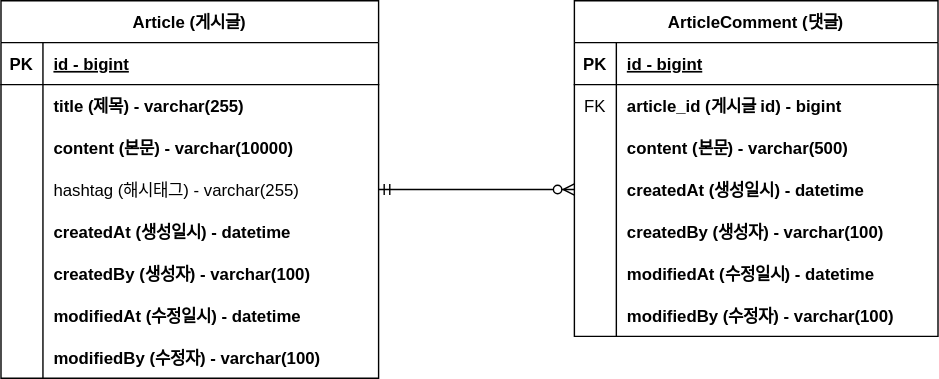
This is document/project-board-erd.svg from dongeranguk/fastcampus-project-board, a draw.io export, as it was before one commit. Source tidied: cells renumbered, new cells last; positions are measured from the earlier drawing's top-left corner, leaving out a move shared by most shapes.
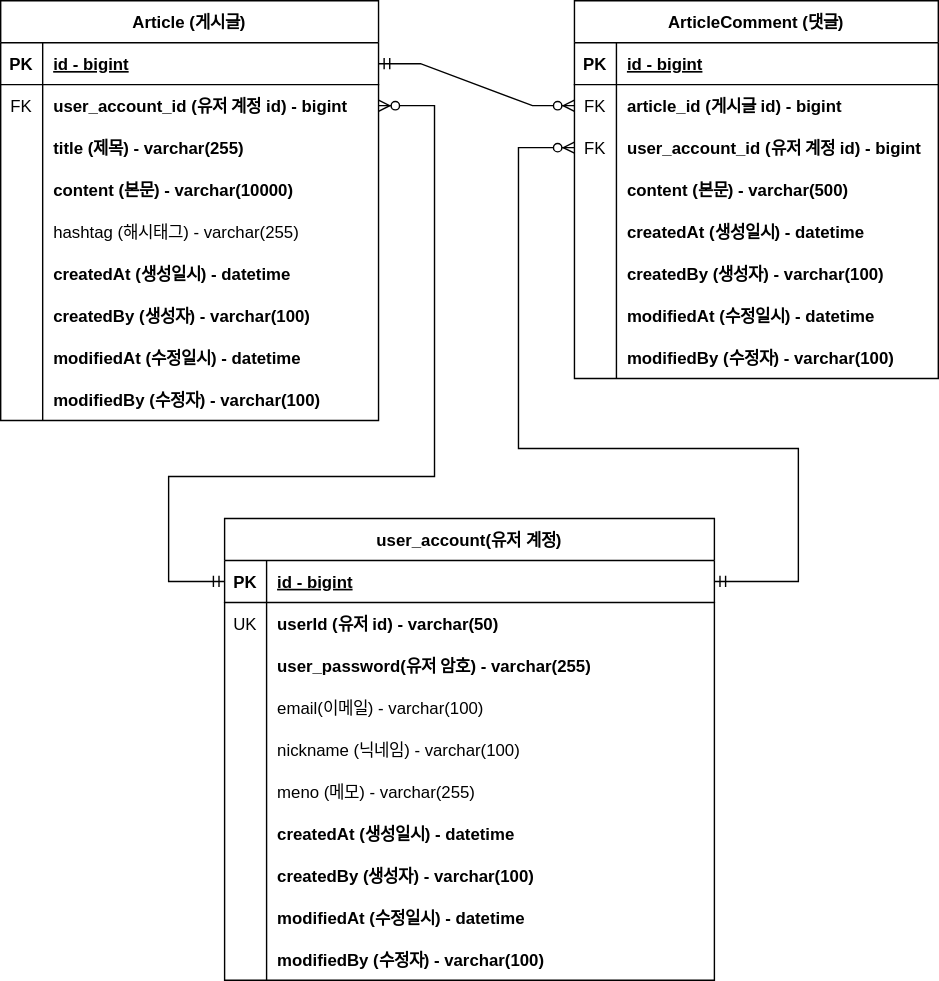
The same diagram one commit later.

Commit message:
#17-user_account_domain : use-case 업데이트

The edit, as a diff of the source:
```diff
@@ -3,7 +3,7 @@
     <mxCell id="0" />
     <mxCell id="1" parent="0" />
     <mxCell id="2" value="Article (게시글)" style="shape=table;startSize=30;rowLines=0;fontStyle=1;align=center;" parent="1" vertex="1">
-      <mxGeometry width="270" height="270" as="geometry" />
+      <mxGeometry width="270" height="300" as="geometry" />
     </mxCell>
     <mxCell id="3" style="shape=tableRow;horizontal=0;startSize=0;swimlaneHead=0;swimlaneBody=0;fillColor=none;points=[[0,0.5],[1,0.5]];portConstraint=eastwest;top=0;left=0;right=0;bottom=1;" parent="2" vertex="1">
       <mxGeometry y="30" width="270" height="30" as="geometry" />
@@ -17,14 +17,23 @@
     <mxCell id="6" style="shape=tableRow;horizontal=0;startSize=0;swimlaneHead=0;swimlaneBody=0;fillColor=none;points=[[0,0.5],[1,0.5]];portConstraint=eastwest;top=0;left=0;right=0;bottom=0;" parent="2" vertex="1">
       <mxGeometry y="60" width="270" height="30" as="geometry" />
     </mxCell>
-    <mxCell id="7" style="shape=partialRectangle;fillColor=none;top=0;left=0;bottom=0;right=0;overflow=hidden;" parent="6" vertex="1">
+    <mxCell id="7" value="FK" style="shape=partialRectangle;fillColor=none;top=0;left=0;bottom=0;right=0;overflow=hidden;" parent="6" vertex="1">
       <mxGeometry width="30" height="30" as="geometry" />
     </mxCell>
-    <mxCell id="8" value="title (제목) - varchar(255)" style="shape=partialRectangle;fillColor=none;top=0;left=0;bottom=0;right=0;align=left;spacingLeft=6;overflow=hidden;fontStyle=1;" parent="6" vertex="1">
+    <mxCell id="8" value="user_account_id (유저 계정 id) - bigint" style="shape=partialRectangle;fillColor=none;top=0;left=0;bottom=0;right=0;align=left;spacingLeft=6;overflow=hidden;fontStyle=1;" parent="6" vertex="1">
       <mxGeometry x="30" width="240" height="30" as="geometry" />
     </mxCell>
+    <mxCell id="50" style="shape=tableRow;horizontal=0;startSize=0;swimlaneHead=0;swimlaneBody=0;fillColor=none;top=0;left=0;right=0;bottom=0;" parent="2" vertex="1">
+      <mxGeometry y="90" width="270" height="30" as="geometry" />
+    </mxCell>
+    <mxCell id="51" style="shape=partialRectangle;fillColor=none;top=0;left=0;bottom=0;right=0;overflow=hidden;" parent="50" vertex="1">
+      <mxGeometry width="30" height="30" as="geometry" />
+    </mxCell>
+    <mxCell id="52" value="title (제목) - varchar(255)" style="shape=partialRectangle;fillColor=none;top=0;left=0;bottom=0;right=0;align=left;spacingLeft=6;overflow=hidden;fontStyle=1;" parent="50" vertex="1">
+      <mxGeometry x="30" width="240" height="30" as="geometry" />
+    </mxCell>
     <mxCell id="9" style="shape=tableRow;horizontal=0;startSize=0;swimlaneHead=0;swimlaneBody=0;fillColor=none;top=0;left=0;right=0;bottom=0;" parent="2" vertex="1">
-      <mxGeometry y="90" width="270" height="30" as="geometry" />
+      <mxGeometry y="120" width="270" height="30" as="geometry" />
     </mxCell>
     <mxCell id="10" style="shape=partialRectangle;fillColor=none;top=0;left=0;bottom=0;right=0;overflow=hidden;" parent="9" vertex="1">
       <mxGeometry width="30" height="30" as="geometry" />
@@ -33,7 +42,7 @@
       <mxGeometry x="30" width="240" height="30" as="geometry" />
     </mxCell>
     <mxCell id="12" style="shape=tableRow;horizontal=0;startSize=0;swimlaneHead=0;swimlaneBody=0;fillColor=none;points=[[0,0.5],[1,0.5]];portConstraint=eastwest;top=0;left=0;right=0;bottom=0;" parent="2" vertex="1">
-      <mxGeometry y="120" width="270" height="30" as="geometry" />
+      <mxGeometry y="150" width="270" height="30" as="geometry" />
     </mxCell>
     <mxCell id="13" style="shape=partialRectangle;fillColor=none;top=0;left=0;bottom=0;right=0;overflow=hidden;" parent="12" vertex="1">
       <mxGeometry width="30" height="30" as="geometry" />
@@ -42,7 +51,7 @@
       <mxGeometry x="30" width="240" height="30" as="geometry" />
     </mxCell>
     <mxCell id="15" style="shape=tableRow;horizontal=0;startSize=0;swimlaneHead=0;swimlaneBody=0;fillColor=none;top=0;left=0;right=0;bottom=0;" parent="2" vertex="1">
-      <mxGeometry y="150" width="270" height="30" as="geometry" />
+      <mxGeometry y="180" width="270" height="30" as="geometry" />
     </mxCell>
     <mxCell id="16" style="shape=partialRectangle;fillColor=none;top=0;left=0;bottom=0;right=0;overflow=hidden;" parent="15" vertex="1">
       <mxGeometry width="30" height="30" as="geometry" />
@@ -51,7 +60,7 @@
       <mxGeometry x="30" width="240" height="30" as="geometry" />
     </mxCell>
     <mxCell id="18" style="shape=tableRow;horizontal=0;startSize=0;swimlaneHead=0;swimlaneBody=0;fillColor=none;top=0;left=0;right=0;bottom=0;" parent="2" vertex="1">
-      <mxGeometry y="180" width="270" height="30" as="geometry" />
+      <mxGeometry y="210" width="270" height="30" as="geometry" />
     </mxCell>
     <mxCell id="19" style="shape=partialRectangle;fillColor=none;top=0;left=0;bottom=0;right=0;overflow=hidden;" parent="18" vertex="1">
       <mxGeometry width="30" height="30" as="geometry" />
@@ -60,7 +69,7 @@
       <mxGeometry x="30" width="240" height="30" as="geometry" />
     </mxCell>
     <mxCell id="21" style="shape=tableRow;horizontal=0;startSize=0;swimlaneHead=0;swimlaneBody=0;fillColor=none;top=0;left=0;right=0;bottom=0;" parent="2" vertex="1">
-      <mxGeometry y="210" width="270" height="30" as="geometry" />
+      <mxGeometry y="240" width="270" height="30" as="geometry" />
     </mxCell>
     <mxCell id="22" style="shape=partialRectangle;fillColor=none;top=0;left=0;bottom=0;right=0;overflow=hidden;" parent="21" vertex="1">
       <mxGeometry width="30" height="30" as="geometry" />
@@ -69,7 +78,7 @@
       <mxGeometry x="30" width="240" height="30" as="geometry" />
     </mxCell>
     <mxCell id="24" style="shape=tableRow;horizontal=0;startSize=0;swimlaneHead=0;swimlaneBody=0;fillColor=none;top=0;left=0;right=0;bottom=0;" parent="2" vertex="1">
-      <mxGeometry y="240" width="270" height="30" as="geometry" />
+      <mxGeometry y="270" width="270" height="30" as="geometry" />
     </mxCell>
     <mxCell id="25" style="shape=partialRectangle;fillColor=none;top=0;left=0;bottom=0;right=0;overflow=hidden;" parent="24" vertex="1">
       <mxGeometry width="30" height="30" as="geometry" />
@@ -78,7 +87,7 @@
       <mxGeometry x="30" width="240" height="30" as="geometry" />
     </mxCell>
     <mxCell id="27" value="ArticleComment (댓글)" style="shape=table;startSize=30;rowLines=0;fontStyle=1;align=center;" parent="1" vertex="1">
-      <mxGeometry x="410" width="260" height="240" as="geometry" />
+      <mxGeometry x="410" width="260" height="270" as="geometry" />
     </mxCell>
     <mxCell id="28" style="shape=tableRow;horizontal=0;startSize=0;swimlaneHead=0;swimlaneBody=0;fillColor=none;top=0;left=0;right=0;bottom=1;" parent="27" vertex="1">
       <mxGeometry y="30" width="260" height="30" as="geometry" />
@@ -98,8 +107,17 @@
     <mxCell id="33" value="article_id (게시글 id) - bigint" style="shape=partialRectangle;fillColor=none;top=0;left=0;bottom=0;right=0;align=left;spacingLeft=6;overflow=hidden;fontStyle=1;" parent="31" vertex="1">
       <mxGeometry x="30" width="230" height="30" as="geometry" />
     </mxCell>
+    <mxCell id="53" style="shape=tableRow;horizontal=0;startSize=0;swimlaneHead=0;swimlaneBody=0;fillColor=none;points=[[0,0.5],[1,0.5]];portConstraint=eastwest;top=0;left=0;right=0;bottom=0;" parent="27" vertex="1">
+      <mxGeometry y="90" width="260" height="30" as="geometry" />
+    </mxCell>
+    <mxCell id="54" value="FK" style="shape=partialRectangle;fillColor=none;top=0;left=0;bottom=0;right=0;overflow=hidden;" parent="53" vertex="1">
+      <mxGeometry width="30" height="30" as="geometry" />
+    </mxCell>
+    <mxCell id="55" value="user_account_id (유저 계정 id) - bigint" style="shape=partialRectangle;fillColor=none;top=0;left=0;bottom=0;right=0;align=left;spacingLeft=6;overflow=hidden;fontStyle=1;" parent="53" vertex="1">
+      <mxGeometry x="30" width="230" height="30" as="geometry" />
+    </mxCell>
     <mxCell id="34" style="shape=tableRow;horizontal=0;startSize=0;swimlaneHead=0;swimlaneBody=0;fillColor=none;top=0;left=0;right=0;bottom=0;" parent="27" vertex="1">
-      <mxGeometry y="90" width="260" height="30" as="geometry" />
+      <mxGeometry y="120" width="260" height="30" as="geometry" />
     </mxCell>
     <mxCell id="35" style="shape=partialRectangle;fillColor=none;top=0;left=0;bottom=0;right=0;overflow=hidden;" parent="34" vertex="1">
       <mxGeometry width="30" height="30" as="geometry" />
@@ -108,7 +126,7 @@
       <mxGeometry x="30" width="230" height="30" as="geometry" />
     </mxCell>
     <mxCell id="37" style="shape=tableRow;horizontal=0;startSize=0;swimlaneHead=0;swimlaneBody=0;fillColor=none;points=[[0,0.5],[1,0.5]];portConstraint=eastwest;top=0;left=0;right=0;bottom=0;" parent="27" vertex="1">
-      <mxGeometry y="120" width="260" height="30" as="geometry" />
+      <mxGeometry y="150" width="260" height="30" as="geometry" />
     </mxCell>
     <mxCell id="38" style="shape=partialRectangle;fillColor=none;top=0;left=0;bottom=0;right=0;overflow=hidden;" parent="37" vertex="1">
       <mxGeometry width="30" height="30" as="geometry" />
@@ -117,7 +135,7 @@
       <mxGeometry x="30" width="230" height="30" as="geometry" />
     </mxCell>
     <mxCell id="40" style="shape=tableRow;horizontal=0;startSize=0;swimlaneHead=0;swimlaneBody=0;fillColor=none;top=0;left=0;right=0;bottom=0;" parent="27" vertex="1">
-      <mxGeometry y="150" width="260" height="30" as="geometry" />
+      <mxGeometry y="180" width="260" height="30" as="geometry" />
     </mxCell>
     <mxCell id="41" style="shape=partialRectangle;fillColor=none;top=0;left=0;bottom=0;right=0;overflow=hidden;" parent="40" vertex="1">
       <mxGeometry width="30" height="30" as="geometry" />
@@ -126,7 +144,7 @@
       <mxGeometry x="30" width="230" height="30" as="geometry" />
     </mxCell>
     <mxCell id="43" style="shape=tableRow;horizontal=0;startSize=0;swimlaneHead=0;swimlaneBody=0;fillColor=none;top=0;left=0;right=0;bottom=0;" parent="27" vertex="1">
-      <mxGeometry y="180" width="260" height="30" as="geometry" />
+      <mxGeometry y="210" width="260" height="30" as="geometry" />
     </mxCell>
     <mxCell id="44" style="shape=partialRectangle;fillColor=none;top=0;left=0;bottom=0;right=0;overflow=hidden;" parent="43" vertex="1">
       <mxGeometry width="30" height="30" as="geometry" />
@@ -135,7 +153,7 @@
       <mxGeometry x="30" width="230" height="30" as="geometry" />
     </mxCell>
     <mxCell id="46" style="shape=tableRow;horizontal=0;startSize=0;swimlaneHead=0;swimlaneBody=0;fillColor=none;top=0;left=0;right=0;bottom=0;" parent="27" vertex="1">
-      <mxGeometry y="210" width="260" height="30" as="geometry" />
+      <mxGeometry y="240" width="260" height="30" as="geometry" />
     </mxCell>
     <mxCell id="47" style="shape=partialRectangle;fillColor=none;top=0;left=0;bottom=0;right=0;overflow=hidden;" parent="46" vertex="1">
       <mxGeometry width="30" height="30" as="geometry" />
@@ -143,8 +161,121 @@
     <mxCell id="48" value="modifiedBy (수정자) - varchar(100)" style="shape=partialRectangle;fillColor=none;top=0;left=0;bottom=0;right=0;align=left;spacingLeft=6;overflow=hidden;fontStyle=1;" parent="46" vertex="1">
       <mxGeometry x="30" width="230" height="30" as="geometry" />
     </mxCell>
-    <mxCell id="49" style="edgeStyle=entityRelationEdgeStyle;fontSize=12;html=1;endArrow=ERzeroToMany;startArrow=ERmandOne;rounded=0;exitX=1;exitY=0.5;exitDx=0;exitDy=0;entryX=0;entryY=0.5;entryDx=0;entryDy=0;" parent="1" edge="1" source="12" target="37">
+    <mxCell id="49" style="edgeStyle=entityRelationEdgeStyle;fontSize=12;html=1;endArrow=ERzeroToMany;startArrow=ERmandOne;rounded=0;exitX=1;exitY=0.5;exitDx=0;exitDy=0;entryX=0;entryY=0.5;entryDx=0;entryDy=0;" parent="1" edge="1" source="3" target="31">
       <mxGeometry relative="1" as="geometry" />
     </mxCell>
+    <mxCell id="56" value="user_account(유저 계정)" style="shape=table;startSize=30;rowLines=0;fontStyle=1;align=center;" parent="1" vertex="1">
+      <mxGeometry x="160" y="370" width="350" height="330" as="geometry" />
+    </mxCell>
+    <mxCell id="57" style="shape=tableRow;horizontal=0;startSize=0;swimlaneHead=0;swimlaneBody=0;fillColor=none;points=[[0,0.5],[1,0.5]];portConstraint=eastwest;top=0;left=0;right=0;bottom=1;" parent="56" vertex="1">
+      <mxGeometry y="30" width="350" height="30" as="geometry" />
+    </mxCell>
+    <mxCell id="58" value="PK" style="shape=partialRectangle;fillColor=none;top=0;left=0;bottom=0;right=0;fontStyle=1;overflow=hidden;" parent="57" vertex="1">
+      <mxGeometry width="30" height="30" as="geometry" />
+    </mxCell>
+    <mxCell id="59" value="id - bigint" style="shape=partialRectangle;fillColor=none;top=0;left=0;bottom=0;right=0;align=left;spacingLeft=6;fontStyle=5;overflow=hidden;" parent="57" vertex="1">
+      <mxGeometry x="30" width="320" height="30" as="geometry" />
+    </mxCell>
+    <mxCell id="60" style="shape=tableRow;horizontal=0;startSize=0;swimlaneHead=0;swimlaneBody=0;fillColor=none;top=0;left=0;right=0;bottom=0;" parent="56" vertex="1">
+      <mxGeometry y="60" width="350" height="30" as="geometry" />
+    </mxCell>
+    <mxCell id="61" value="UK" style="shape=partialRectangle;fillColor=none;top=0;left=0;bottom=0;right=0;overflow=hidden;" parent="60" vertex="1">
+      <mxGeometry width="30" height="30" as="geometry" />
+    </mxCell>
+    <mxCell id="62" value="userId (유저 id) - varchar(50)" style="shape=partialRectangle;fillColor=none;top=0;left=0;bottom=0;right=0;align=left;spacingLeft=6;overflow=hidden;fontStyle=1;" parent="60" vertex="1">
+      <mxGeometry x="30" width="320" height="30" as="geometry" />
+    </mxCell>
+    <mxCell id="63" style="shape=tableRow;horizontal=0;startSize=0;swimlaneHead=0;swimlaneBody=0;fillColor=none;top=0;left=0;right=0;bottom=0;" parent="56" vertex="1">
+      <mxGeometry y="90" width="350" height="30" as="geometry" />
+    </mxCell>
+    <mxCell id="64" style="shape=partialRectangle;fillColor=none;top=0;left=0;bottom=0;right=0;overflow=hidden;" parent="63" vertex="1">
+      <mxGeometry width="30" height="30" as="geometry" />
+    </mxCell>
+    <mxCell id="65" value="user_password(유저 암호) - varchar(255)" style="shape=partialRectangle;fillColor=none;top=0;left=0;bottom=0;right=0;align=left;spacingLeft=6;overflow=hidden;fontStyle=1;" parent="63" vertex="1">
+      <mxGeometry x="30" width="320" height="30" as="geometry" />
+    </mxCell>
+    <mxCell id="66" style="shape=tableRow;horizontal=0;startSize=0;swimlaneHead=0;swimlaneBody=0;fillColor=none;top=0;left=0;right=0;bottom=0;" parent="56" vertex="1">
+      <mxGeometry y="120" width="350" height="30" as="geometry" />
+    </mxCell>
+    <mxCell id="67" style="shape=partialRectangle;fillColor=none;top=0;left=0;bottom=0;right=0;overflow=hidden;" parent="66" vertex="1">
+      <mxGeometry width="30" height="30" as="geometry" />
+    </mxCell>
+    <mxCell id="68" value="email(이메일) - varchar(100)" style="shape=partialRectangle;fillColor=none;top=0;left=0;bottom=0;right=0;align=left;spacingLeft=6;overflow=hidden;fontStyle=0;" parent="66" vertex="1">
+      <mxGeometry x="30" width="320" height="30" as="geometry" />
+    </mxCell>
+    <mxCell id="69" style="shape=tableRow;horizontal=0;startSize=0;swimlaneHead=0;swimlaneBody=0;fillColor=none;top=0;left=0;right=0;bottom=0;" parent="56" vertex="1">
+      <mxGeometry y="150" width="350" height="30" as="geometry" />
+    </mxCell>
+    <mxCell id="70" style="shape=partialRectangle;fillColor=none;top=0;left=0;bottom=0;right=0;overflow=hidden;" parent="69" vertex="1">
+      <mxGeometry width="30" height="30" as="geometry" />
+    </mxCell>
+    <mxCell id="71" value="nickname (닉네임) - varchar(100)" style="shape=partialRectangle;fillColor=none;top=0;left=0;bottom=0;right=0;align=left;spacingLeft=6;overflow=hidden;fontStyle=0;" parent="69" vertex="1">
+      <mxGeometry x="30" width="320" height="30" as="geometry" />
+    </mxCell>
+    <mxCell id="72" style="shape=tableRow;horizontal=0;startSize=0;swimlaneHead=0;swimlaneBody=0;fillColor=none;top=0;left=0;right=0;bottom=0;" parent="56" vertex="1">
+      <mxGeometry y="180" width="350" height="30" as="geometry" />
+    </mxCell>
+    <mxCell id="73" style="shape=partialRectangle;fillColor=none;top=0;left=0;bottom=0;right=0;overflow=hidden;" parent="72" vertex="1">
+      <mxGeometry width="30" height="30" as="geometry" />
+    </mxCell>
+    <mxCell id="74" value="meno (메모) - varchar(255)" style="shape=partialRectangle;fillColor=none;top=0;left=0;bottom=0;right=0;align=left;spacingLeft=6;overflow=hidden;fontStyle=0;" parent="72" vertex="1">
+      <mxGeometry x="30" width="320" height="30" as="geometry" />
+    </mxCell>
+    <mxCell id="75" style="shape=tableRow;horizontal=0;startSize=0;swimlaneHead=0;swimlaneBody=0;fillColor=none;top=0;left=0;right=0;bottom=0;" parent="56" vertex="1">
+      <mxGeometry y="210" width="350" height="30" as="geometry" />
+    </mxCell>
+    <mxCell id="76" style="shape=partialRectangle;fillColor=none;top=0;left=0;bottom=0;right=0;overflow=hidden;" parent="75" vertex="1">
+      <mxGeometry width="30" height="30" as="geometry" />
+    </mxCell>
+    <mxCell id="77" value="createdAt (생성일시) - datetime" style="shape=partialRectangle;fillColor=none;top=0;left=0;bottom=0;right=0;align=left;spacingLeft=6;overflow=hidden;fontStyle=1;" parent="75" vertex="1">
+      <mxGeometry x="30" width="320" height="30" as="geometry" />
+    </mxCell>
+    <mxCell id="78" style="shape=tableRow;horizontal=0;startSize=0;swimlaneHead=0;swimlaneBody=0;fillColor=none;top=0;left=0;right=0;bottom=0;" parent="56" vertex="1">
+      <mxGeometry y="240" width="350" height="30" as="geometry" />
+    </mxCell>
+    <mxCell id="79" style="shape=partialRectangle;fillColor=none;top=0;left=0;bottom=0;right=0;overflow=hidden;" parent="78" vertex="1">
+      <mxGeometry width="30" height="30" as="geometry" />
+    </mxCell>
+    <mxCell id="80" value="createdBy (생성자) - varchar(100)" style="shape=partialRectangle;fillColor=none;top=0;left=0;bottom=0;right=0;align=left;spacingLeft=6;overflow=hidden;fontStyle=1;" parent="78" vertex="1">
+      <mxGeometry x="30" width="320" height="30" as="geometry" />
+    </mxCell>
+    <mxCell id="81" style="shape=tableRow;horizontal=0;startSize=0;swimlaneHead=0;swimlaneBody=0;fillColor=none;top=0;left=0;right=0;bottom=0;" parent="56" vertex="1">
+      <mxGeometry y="270" width="350" height="30" as="geometry" />
+    </mxCell>
+    <mxCell id="82" style="shape=partialRectangle;fillColor=none;top=0;left=0;bottom=0;right=0;overflow=hidden;" parent="81" vertex="1">
+      <mxGeometry width="30" height="30" as="geometry" />
+    </mxCell>
+    <mxCell id="83" value="modifiedAt (수정일시) - datetime" style="shape=partialRectangle;fillColor=none;top=0;left=0;bottom=0;right=0;align=left;spacingLeft=6;overflow=hidden;fontStyle=1;" parent="81" vertex="1">
+      <mxGeometry x="30" width="320" height="30" as="geometry" />
+    </mxCell>
+    <mxCell id="84" style="shape=tableRow;horizontal=0;startSize=0;swimlaneHead=0;swimlaneBody=0;fillColor=none;top=0;left=0;right=0;bottom=0;" parent="56" vertex="1">
+      <mxGeometry y="300" width="350" height="30" as="geometry" />
+    </mxCell>
+    <mxCell id="85" style="shape=partialRectangle;fillColor=none;top=0;left=0;bottom=0;right=0;overflow=hidden;" parent="84" vertex="1">
+      <mxGeometry width="30" height="30" as="geometry" />
+    </mxCell>
+    <mxCell id="86" value="modifiedBy (수정자) - varchar(100)" style="shape=partialRectangle;fillColor=none;top=0;left=0;bottom=0;right=0;align=left;spacingLeft=6;overflow=hidden;fontStyle=1;" parent="84" vertex="1">
+      <mxGeometry x="30" width="320" height="30" as="geometry" />
+    </mxCell>
+    <mxCell id="87" style="edgeStyle=orthogonalEdgeStyle;fontSize=12;html=1;endArrow=ERzeroToMany;startArrow=ERmandOne;rounded=0;exitX=1;exitY=0.5;exitDx=0;exitDy=0;" parent="1" edge="1" source="57" target="53">
+      <mxGeometry relative="1" as="geometry">
+        <Array as="points">
+          <mxPoint x="570" y="415" />
+          <mxPoint x="570" y="320" />
+          <mxPoint x="370" y="320" />
+          <mxPoint x="370" y="105" />
+        </Array>
+      </mxGeometry>
+    </mxCell>
+    <mxCell id="88" style="edgeStyle=orthogonalEdgeStyle;fontSize=12;html=1;endArrow=ERzeroToMany;startArrow=ERmandOne;rounded=0;exitX=0;exitY=0.5;exitDx=0;exitDy=0;entryX=1;entryY=0.5;entryDx=0;entryDy=0;" parent="1" edge="1" source="57" target="6">
+      <mxGeometry relative="1" as="geometry">
+        <Array as="points">
+          <mxPoint x="120" y="415" />
+          <mxPoint x="120" y="340" />
+          <mxPoint x="310" y="340" />
+          <mxPoint x="310" y="75" />
+        </Array>
+      </mxGeometry>
+    </mxCell>
   </root>
 </mxGraphModel>
```
